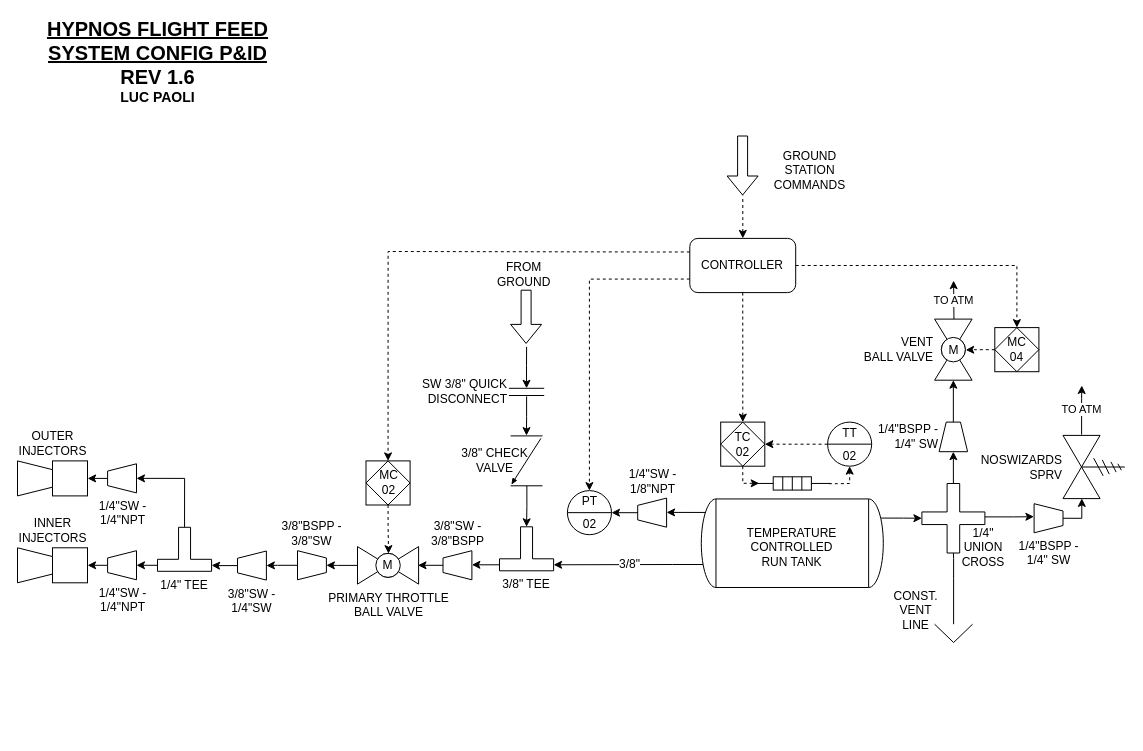
Earlier version of the draw.io diagram page "Flight feed system" (3 of 5) of All_P_IDs.drawio (icl-rocketry/Propulsion-PIDs). Source tidied: cells renumbered, new cells numbered last; positions are measured from the earlier drawing's top-left corner, leaving out a move shared by most shapes. Both pictures are drawn from the tidied source at 100%, with x=0, y=0 at pixel (17, 17).
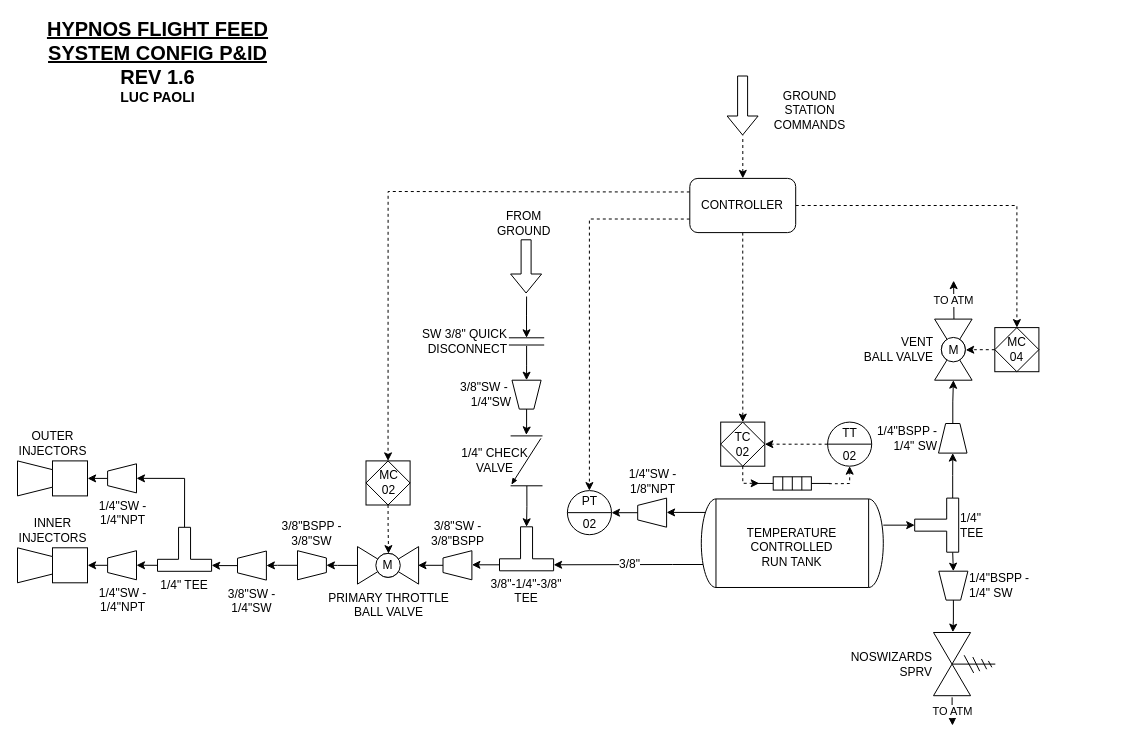
After the change.

Unchanged cells that the change refers to:
```xml
<mxCell id="5" style="shape=mxgraph.pid.vessels.vessel_(dished_ends,_electrical_heating);align=center;verticalLabelPosition=middle;verticalAlign=middle;dashed=0;fontColor=#000000;strokeColor=#000000;strokeWidth=1;fillColor=default;labelPosition=center;horizontal=1;html=1;direction=north;flipV=0;" parent="1" vertex="1">
  <mxGeometry x="683.8" y="459.3" width="182" height="110.7" as="geometry" />
</mxCell>
<mxCell id="46" value="MC&lt;br&gt;02&lt;br&gt; " style="html=1;outlineConnect=0;align=center;dashed=0;shape=mxgraph.pid2inst.progLogCont;mounting=field;fontColor=#000000;strokeColor=#000000;strokeWidth=1;fillColor=default;" parent="1" vertex="1">
  <mxGeometry x="348.5" y="443.4" width="44.1" height="44.1" as="geometry" />
</mxCell>
```

Change to the diagram source:
```diff
@@
-    <mxCell id="4" style="edgeStyle=orthogonalEdgeStyle;rounded=0;jettySize=auto;html=1;entryX=0;entryY=0.5;entryDx=0;entryDy=0;entryPerimeter=0;fontSize=12;startArrow=none;startFill=0;endArrow=classic;endFill=1;exitX=0.627;exitY=0.986;exitDx=0;exitDy=0;exitPerimeter=0;" parent="1" edge="1" source="5" target="55">
-      <mxGeometry relative="1" as="geometry" />
-    </mxCell>
+    <mxCell id="71" style="edgeStyle=orthogonalEdgeStyle;rounded=0;jettySize=auto;html=1;entryX=0.5;entryY=1;entryDx=0;entryDy=0;entryPerimeter=0;" parent="1" edge="1" source="5" target="78">
+      <mxGeometry relative="1" as="geometry">
+        <Array as="points">
+          <mxPoint x="897" y="508" />
+        </Array>
+      </mxGeometry>
+    </mxCell>
@@
     <mxCell id="8" value="1/4&quot;BSPP -&lt;br&gt;1/4&quot; SW" style="verticalLabelPosition=middle;align=right;dashed=0;html=1;verticalAlign=middle;shape=mxgraph.pid.piping.concentric_reducer;direction=north;fontFamily=Helvetica;horizontal=1;labelPosition=left;" parent="1" vertex="1">
-      <mxGeometry x="921.6" y="404.6" width="28.5" height="29.6" as="geometry" />
+      <mxGeometry x="921" y="406" width="28.5" height="29.6" as="geometry" />
     </mxCell>
-    <mxCell id="9" style="edgeStyle=orthogonalEdgeStyle;rounded=0;jettySize=auto;html=1;entryX=0;entryY=0.5;entryDx=0;entryDy=0;entryPerimeter=0;fontColor=#000000;exitX=0.5;exitY=0;exitDx=0;exitDy=0;exitPerimeter=0;" parent="1" edge="1" source="55" target="8">
+    <mxCell id="9" style="edgeStyle=orthogonalEdgeStyle;rounded=0;jettySize=auto;html=1;entryX=0;entryY=0.5;entryDx=0;entryDy=0;entryPerimeter=0;fontColor=#000000;exitX=0;exitY=0;exitDx=0;exitDy=6;exitPerimeter=0;" parent="1" edge="1" source="78" target="8">
       <mxGeometry relative="1" as="geometry" />
     </mxCell>
@@
+    <mxCell id="72" style="edgeStyle=orthogonalEdgeStyle;rounded=0;jettySize=auto;html=1;entryX=-0.005;entryY=0.687;entryDx=0;entryDy=0;entryPerimeter=0;" parent="1" edge="1" source="11" target="14">
+      <mxGeometry relative="1" as="geometry" />
+    </mxCell>
-    <mxCell id="11" value="1/4&quot;BSPP -&lt;br&gt;1/4&quot; SW" style="verticalLabelPosition=bottom;align=center;dashed=0;html=1;verticalAlign=top;shape=mxgraph.pid.piping.concentric_reducer;direction=east;fontFamily=Helvetica;horizontal=1;labelPosition=center;" parent="1" vertex="1">
-      <mxGeometry x="1016.6" y="486.2" width="28.9" height="29.1" as="geometry" />
+    <mxCell id="11" value="1/4&quot;BSPP -&lt;br&gt;1/4&quot; SW" style="verticalLabelPosition=middle;align=left;dashed=0;html=1;verticalAlign=middle;shape=mxgraph.pid.piping.concentric_reducer;direction=south;fontFamily=Helvetica;horizontal=1;labelPosition=right;" parent="1" vertex="1">
+      <mxGeometry x="921.3" y="553.7" width="29.1" height="28.9" as="geometry" />
     </mxCell>
-    <mxCell id="12" style="edgeStyle=orthogonalEdgeStyle;rounded=0;jettySize=auto;html=1;entryX=-0.006;entryY=0.446;entryDx=0;entryDy=0;entryPerimeter=0;fontColor=#000000;exitX=0;exitY=0;exitDx=0;exitDy=6;exitPerimeter=0;" parent="1" edge="1" target="11">
-      <mxGeometry relative="1" as="geometry">
-        <mxPoint x="962.9" y="499.4" as="sourcePoint" />
-        <Array as="points">
-          <mxPoint x="996.1" y="500.3" />
-        </Array>
-      </mxGeometry>
-    </mxCell>
-    <mxCell id="13" value="TO ATM" style="edgeStyle=orthogonalEdgeStyle;rounded=0;orthogonalLoop=1;jettySize=auto;html=1;fontColor=#000000;exitX=-0.003;exitY=0.699;exitDx=0;exitDy=0;exitPerimeter=0;labelPosition=center;verticalLabelPosition=middle;align=center;verticalAlign=middle;" parent="1" edge="1">
+    <mxCell id="13" value="TO ATM" style="edgeStyle=orthogonalEdgeStyle;rounded=0;jettySize=auto;html=1;fontColor=#000000;exitX=1.026;exitY=0.699;exitDx=0;exitDy=0;exitPerimeter=0;labelPosition=center;verticalLabelPosition=middle;align=center;verticalAlign=middle;" parent="1" edge="1" source="14">
       <mxGeometry relative="1" as="geometry">
-        <mxPoint x="1064.1" y="417.1" as="sourcePoint" />
-        <mxPoint x="1064.3" y="368" as="targetPoint" />
+        <mxPoint x="935" y="708" as="targetPoint" />
         <Array as="points">
-          <mxPoint x="1064.1" y="381.1" />
+          <mxPoint x="935" y="688" />
+          <mxPoint x="935" y="688" />
         </Array>
       </mxGeometry>
     </mxCell>
     <mxCell id="14" value="NOSWIZARDS&lt;br&gt;SPRV" style="verticalLabelPosition=middle;align=right;html=1;verticalAlign=middle;dashed=0;shape=mxgraph.pid2valves.valve;valveType=gate;actuator=spring;direction=south;horizontal=1;labelPosition=left;fontFamily=Helvetica;" parent="1" vertex="1">
-      <mxGeometry x="1045.5" y="417.9" width="61.8" height="63.2" as="geometry" />
+      <mxGeometry x="916" y="615" width="61.8" height="63.2" as="geometry" />
     </mxCell>
-    <mxCell id="15" style="edgeStyle=orthogonalEdgeStyle;rounded=0;jettySize=auto;html=1;entryX=1.007;entryY=0.697;entryDx=0;entryDy=0;entryPerimeter=0;fontColor=#000000;exitX=1;exitY=0.5;exitDx=0;exitDy=0;exitPerimeter=0;" parent="1" edge="1" source="11">
-      <mxGeometry relative="1" as="geometry">
-        <mxPoint x="1064.3" y="480.9" as="targetPoint" />
-      </mxGeometry>
-    </mxCell>
@@
-    <mxCell id="19" style="edgeStyle=orthogonalEdgeStyle;rounded=0;jettySize=auto;html=1;dashed=1;fontSize=12;startArrow=classic;startFill=1;endArrow=none;endFill=0;" parent="1" edge="1" source="20">
-      <mxGeometry relative="1" as="geometry">
-        <mxPoint x="725.3" y="178" as="targetPoint" />
-      </mxGeometry>
-    </mxCell>
-    <mxCell id="20" value="CONTROLLER" style="rounded=1;whiteSpace=wrap;html=1;fontColor=#000000;strokeColor=#000000;strokeWidth=1;fillColor=default;" parent="1" vertex="1">
-      <mxGeometry x="672.3" y="220.9" width="105.9" height="54.2" as="geometry" />
-    </mxCell>
@@
-    <mxCell id="27" value="3/8&quot; TEE" style="shape=tee;whiteSpace=wrap;html=1;rotation=0;dx=12;dy=12;fontFamily=Helvetica;direction=west;flipV=0;verticalAlign=top;labelPosition=center;verticalLabelPosition=bottom;align=center;" parent="1" vertex="1">
+    <mxCell id="27" value="3/8&quot;-1/4&quot;-3/8&quot; TEE" style="shape=tee;whiteSpace=wrap;html=1;rotation=0;dx=12;dy=12;fontFamily=Helvetica;direction=west;flipV=0;verticalAlign=top;labelPosition=center;verticalLabelPosition=bottom;align=center;" parent="1" vertex="1">
       <mxGeometry x="482" y="509.3" width="54.1" height="44" as="geometry" />
     </mxCell>
     <mxCell id="28" value="SW 3/8&quot; QUICK&lt;br&gt;DISCONNECT" style="verticalLabelPosition=middle;align=right;dashed=0;html=1;verticalAlign=middle;shape=mxgraph.pid.piping.double_flange;direction=south;labelPosition=left;horizontal=1;" parent="1" vertex="1">
-      <mxGeometry x="491.4" y="369.9" width="35.3" height="9" as="geometry" />
+      <mxGeometry x="491.4" y="319.4" width="35.3" height="9" as="geometry" />
     </mxCell>
@@
-    <mxCell id="30" value="3/8&quot; CHECK&lt;br&gt;VALVE" style="verticalLabelPosition=top;align=center;html=1;verticalAlign=middle;dashed=0;shape=mxgraph.pid2valves.valve;valveType=check;rotation=90;labelPosition=center;horizontal=0;direction=east;flipV=0;" parent="1" vertex="1">
+    <mxCell id="30" value="1/4&quot; CHECK&lt;br&gt;VALVE" style="verticalLabelPosition=top;align=center;html=1;verticalAlign=middle;dashed=0;shape=mxgraph.pid2valves.valve;valveType=check;rotation=90;labelPosition=center;horizontal=0;direction=east;flipV=0;" parent="1" vertex="1">
       <mxGeometry x="484.1" y="427.4" width="49.9" height="31.9" as="geometry" />
     </mxCell>
-    <mxCell id="31" style="edgeStyle=orthogonalEdgeStyle;rounded=0;jettySize=auto;html=1;entryX=-0.006;entryY=0.502;entryDx=0;entryDy=0;entryPerimeter=0;fontColor=#000000;" parent="1" edge="1" source="28" target="30">
+    <mxCell id="31" style="edgeStyle=orthogonalEdgeStyle;rounded=0;jettySize=auto;html=1;entryX=0;entryY=0.5;entryDx=0;entryDy=0;entryPerimeter=0;fontColor=#000000;" parent="1" edge="1" source="28" target="76">
       <mxGeometry relative="1" as="geometry" />
     </mxCell>
     <mxCell id="32" style="shape=flexArrow;endArrow=classic;html=1;rounded=0;fontColor=#000000;" parent="1" edge="1">
       <mxGeometry relative="1" as="geometry">
-        <mxPoint x="508.6" y="272.2" as="sourcePoint" />
-        <mxPoint x="508.6" y="326.4" as="targetPoint" />
+        <mxPoint x="508.6" y="221.8" as="sourcePoint" />
+        <mxPoint x="508.6" y="276" as="targetPoint" />
       </mxGeometry>
     </mxCell>
     <mxCell id="33" style="endArrow=classic;html=1;rounded=0;fontColor=#000000;entryX=0.1;entryY=0.5;entryDx=0;entryDy=0;entryPerimeter=0;" parent="1" edge="1" target="28">
       <mxGeometry relative="1" as="geometry">
-        <mxPoint x="509.1" y="329.4" as="sourcePoint" />
+        <mxPoint x="509.1" y="279" as="sourcePoint" />
         <Array as="points">
-          <mxPoint x="509" y="348" />
+          <mxPoint x="509" y="297.6" />
         </Array>
       </mxGeometry>
     </mxCell>
     <mxCell id="34" value="&lt;div style=&quot;text-align: center&quot;&gt;&lt;span&gt;FROM&lt;/span&gt;&lt;/div&gt;&lt;div style=&quot;text-align: center&quot;&gt;&lt;span&gt;GROUND&lt;/span&gt;&lt;/div&gt;" style="text;strokeColor=none;fillColor=none;align=left;verticalAlign=middle;spacingLeft=4;spacingRight=4;overflow=hidden;fontColor=#000000;html=1;" parent="1" vertex="1">
-      <mxGeometry x="474.3" y="238" width="69.5" height="37.1" as="geometry" />
+      <mxGeometry x="474.3" y="187.6" width="69.5" height="37.1" as="geometry" />
     </mxCell>
@@
-    <mxCell id="47" style="shape=flexArrow;endArrow=classic;html=1;rounded=0;fontColor=#000000;" parent="1" edge="1">
-      <mxGeometry relative="1" as="geometry">
-        <mxPoint x="725.1" y="118" as="sourcePoint" />
-        <mxPoint x="725.1" y="178" as="targetPoint" />
-      </mxGeometry>
-    </mxCell>
@@
     <mxCell id="50" style="edgeStyle=orthogonalEdgeStyle;rounded=0;jettySize=auto;html=1;dashed=1;fontColor=#000000;exitX=0;exitY=0.25;exitDx=0;exitDy=0;entryX=0.5;entryY=0;entryDx=0;entryDy=0;" parent="1" edge="1" source="20" target="46">
       <mxGeometry relative="1" as="geometry">
         <Array as="points">
-          <mxPoint x="640.9" y="234" />
-          <mxPoint x="338.9" y="234" />
+          <mxPoint x="641" y="174" />
+          <mxPoint x="371" y="174" />
         </Array>
       </mxGeometry>
     </mxCell>
@@
-    <mxCell id="55" style="shape=cross;whiteSpace=wrap;html=1;labelPosition=left;verticalLabelPosition=bottom;align=right;verticalAlign=top;horizontal=1;" parent="1" vertex="1">
-      <mxGeometry x="904.4" y="466" width="63" height="69.5" as="geometry" />
-    </mxCell>
-    <mxCell id="56" value="1/4&quot;&lt;br&gt;UNION&lt;br&gt;CROSS" style="text;html=1;strokeColor=none;fillColor=none;align=center;verticalAlign=middle;whiteSpace=wrap;rounded=0;fontColor=#000000;" parent="1" vertex="1">
-      <mxGeometry x="941.2" y="508.8" width="49.7" height="42.6" as="geometry" />
-    </mxCell>
-    <mxCell id="57" style="edgeStyle=orthogonalEdgeStyle;rounded=0;jettySize=auto;html=1;entryX=0.5;entryY=1;entryDx=0;entryDy=0;entryPerimeter=0;endArrow=none;endFill=0;" parent="1" edge="1" source="58" target="55">
-      <mxGeometry relative="1" as="geometry" />
-    </mxCell>
-    <mxCell id="58" value="CONST.&lt;br&gt;VENT&lt;br&gt;LINE" style="shape=mxgraph.pid.fittings.vent;html=1;align=center;verticalLabelPosition=middle;verticalAlign=middle;dashed=0;rotation=0;horizontal=1;direction=west;labelPosition=left;" parent="1" vertex="1">
-      <mxGeometry x="917.1" y="561" width="38" height="64" as="geometry" />
-    </mxCell>
@@
-    <mxCell id="61" value="GROUND&lt;br&gt;STATION&lt;br&gt;COMMANDS" style="text;html=1;align=center;verticalAlign=middle;strokeColor=none;fillColor=none;fontSize=12;" parent="1" vertex="1">
-      <mxGeometry x="747.3" y="128" width="90" height="50" as="geometry" />
-    </mxCell>
@@
+    <mxCell id="73" style="group;" parent="1" vertex="1">
+      <mxGeometry x="672.3" y="58" width="165" height="157.1" as="geometry" />
+    </mxCell>
+    <mxCell id="20" value="CONTROLLER" style="rounded=1;whiteSpace=wrap;html=1;fontColor=#000000;strokeColor=#000000;strokeWidth=1;fillColor=default;" parent="73" vertex="1">
+      <mxGeometry y="102.9" width="105.9" height="54.2" as="geometry" />
+    </mxCell>
+    <mxCell id="74" style="group;" parent="73" vertex="1">
+      <mxGeometry x="52.8" width="112.2" height="60" as="geometry" />
+    </mxCell>
+    <mxCell id="19" style="edgeStyle=orthogonalEdgeStyle;rounded=0;jettySize=auto;html=1;dashed=1;fontSize=12;startArrow=classic;startFill=1;endArrow=none;endFill=0;" parent="74" edge="1" source="20">
+      <mxGeometry relative="1" as="geometry">
+        <mxPoint x="0.2" y="60" as="targetPoint" />
+      </mxGeometry>
+    </mxCell>
+    <mxCell id="47" style="shape=flexArrow;endArrow=classic;html=1;rounded=0;fontColor=#000000;" parent="74" edge="1">
+      <mxGeometry relative="1" as="geometry">
+        <mxPoint as="sourcePoint" />
+        <mxPoint y="60" as="targetPoint" />
+      </mxGeometry>
+    </mxCell>
+    <mxCell id="61" value="GROUND&lt;br&gt;STATION&lt;br&gt;COMMANDS" style="text;html=1;align=center;verticalAlign=middle;strokeColor=none;fillColor=none;fontSize=12;" parent="74" vertex="1">
+      <mxGeometry x="22.2" y="10" width="90" height="50" as="geometry" />
+    </mxCell>
+    <mxCell id="75" style="edgeStyle=orthogonalEdgeStyle;rounded=0;jettySize=auto;html=1;entryX=-0.02;entryY=0.508;entryDx=0;entryDy=0;entryPerimeter=0;" parent="1" edge="1" source="76" target="30">
+      <mxGeometry relative="1" as="geometry" />
+    </mxCell>
+    <mxCell id="76" value="3/8&quot;SW -&amp;nbsp;&lt;br&gt;1/4&quot;SW" style="verticalLabelPosition=middle;align=right;dashed=0;html=1;verticalAlign=middle;shape=mxgraph.pid.piping.concentric_reducer;direction=south;fontFamily=Helvetica;horizontal=1;labelPosition=left;" parent="1" vertex="1">
+      <mxGeometry x="494.5" y="362.7" width="29.1" height="28.9" as="geometry" />
+    </mxCell>
+    <mxCell id="77" style="edgeStyle=orthogonalEdgeStyle;rounded=0;jettySize=auto;html=1;entryX=0;entryY=0.5;entryDx=0;entryDy=0;entryPerimeter=0;exitX=0;exitY=0;exitDx=54.12218456971357;exitDy=6;exitPerimeter=0;" parent="1" edge="1" source="78" target="11">
+      <mxGeometry relative="1" as="geometry" />
+    </mxCell>
+    <mxCell id="78" value="1/4&quot; TEE" style="shape=tee;whiteSpace=wrap;html=1;rotation=0;dx=12;dy=12;fontFamily=Helvetica;direction=south;flipV=0;verticalAlign=middle;labelPosition=right;verticalLabelPosition=middle;align=left;" parent="1" vertex="1">
+      <mxGeometry x="897.2" y="480.6" width="44" height="54.1" as="geometry" />
+    </mxCell>
```
